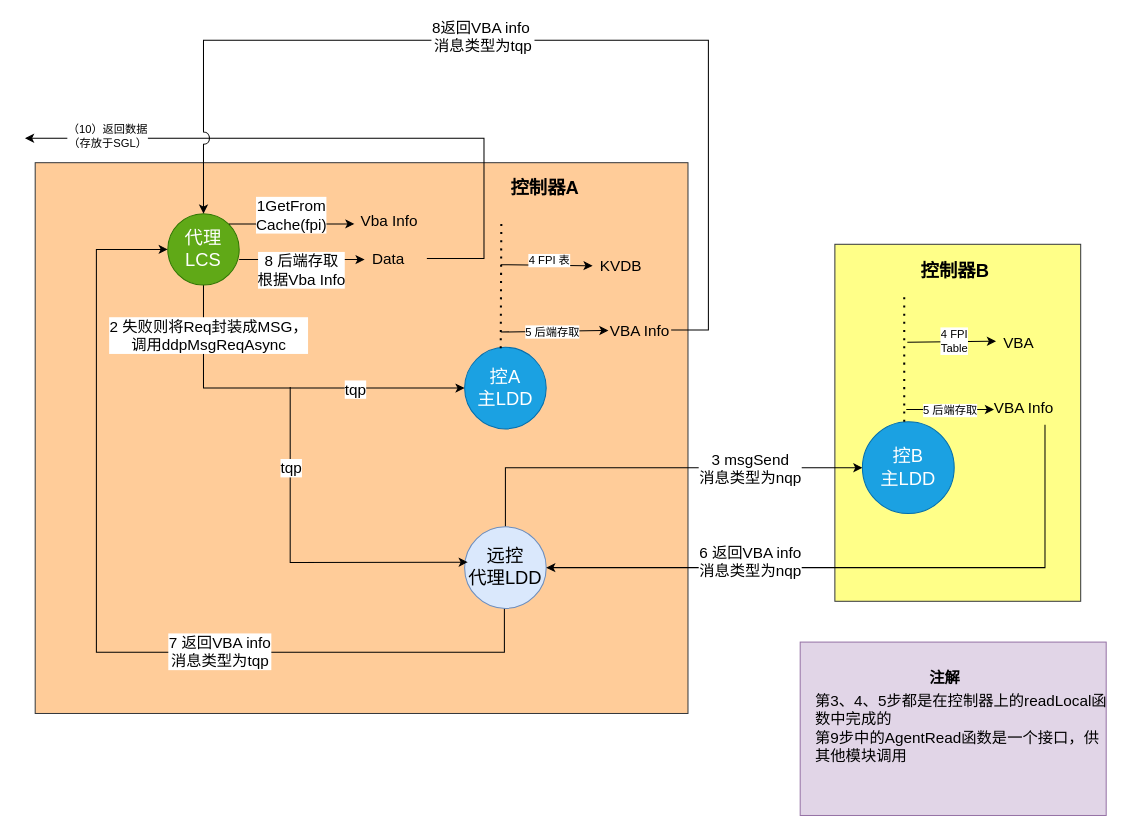
The draw.io diagram MSG转发.drawio in 1152545264/DrawioPaint, before the edit. Source tidied: cells renumbered, new cells numbered last; positions are measured from the earlier drawing's top-left corner, leaving out a move shared by most shapes. Both pictures are drawn from the tidied source at 102%, with x=0, y=0 at pixel (24, 40).
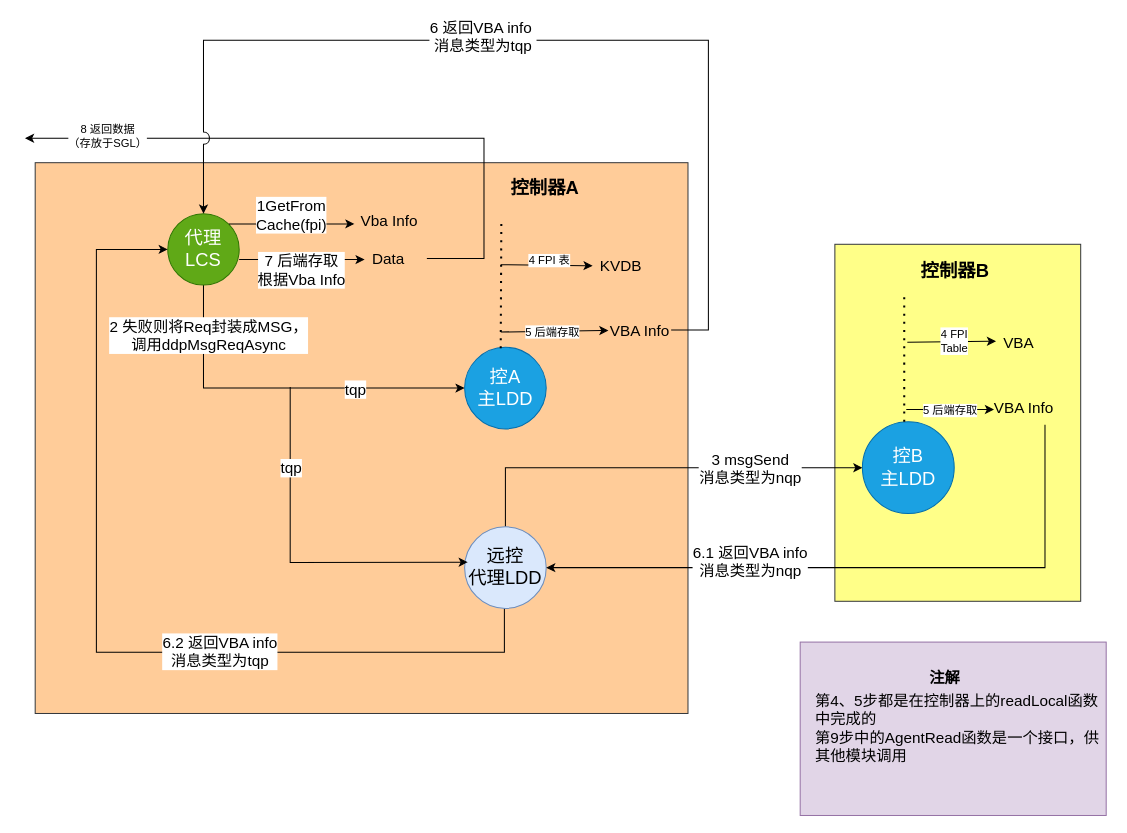
Above is the later version.

The change refers to these unchanged cells:
```xml
<mxCell id="10" style="edgeStyle=orthogonalEdgeStyle;rounded=0;jettySize=auto;html=1;entryX=0;entryY=0.5;entryDx=0;entryDy=0;exitX=0.5;exitY=1;exitDx=0;exitDy=0;" parent="1" edge="1" source="12" target="7">
  <mxGeometry relative="1" as="geometry">
    <Array as="points">
      <mxPoint x="470" y="600" />
      <mxPoint x="70" y="600" />
      <mxPoint x="70" y="205" />
    </Array>
  </mxGeometry>
</mxCell>
<mxCell id="17" style="edgeStyle=orthogonalEdgeStyle;rounded=0;jettySize=auto;html=1;entryX=1;entryY=0.5;entryDx=0;entryDy=0;" parent="1" edge="1" source="19" target="12">
  <mxGeometry relative="1" as="geometry">
    <Array as="points">
      <mxPoint x="1000" y="517" />
    </Array>
  </mxGeometry>
</mxCell>
<mxCell id="22" style="endArrow=classic;html=1;rounded=0;" parent="1" edge="1">
  <mxGeometry relative="1" as="geometry">
    <mxPoint x="210" y="215" as="sourcePoint" />
    <mxPoint x="333" y="215" as="targetPoint" />
  </mxGeometry>
</mxCell>
<mxCell id="26" style="endArrow=classic;html=1;rounded=0;exitX=1;exitY=0.5;exitDx=0;exitDy=0;" parent="1" edge="1" source="39">
  <mxGeometry relative="1" as="geometry">
    <mxPoint y="96" as="targetPoint" />
    <Array as="points">
      <mxPoint x="450" y="214" />
      <mxPoint x="450" y="96" />
      <mxPoint x="270" y="96" />
      <mxPoint x="80" y="96" />
    </Array>
  </mxGeometry>
</mxCell>
<mxCell id="28" style="group;" parent="1" vertex="1">
  <mxGeometry x="720" y="590" width="343" height="170" as="geometry" />
</mxCell>
<mxCell id="42" style="edgeStyle=orthogonalEdgeStyle;rounded=0;jettySize=auto;html=1;entryX=0.5;entryY=0;entryDx=0;entryDy=0;jumpStyle=arc;jumpSize=12;" parent="1" edge="1" source="44" target="7">
  <mxGeometry relative="1" as="geometry">
    <Array as="points">
      <mxPoint x="670" y="284" />
      <mxPoint x="670" />
      <mxPoint x="175" />
    </Array>
  </mxGeometry>
</mxCell>
```

Change to the diagram source:
```diff
@@
-    <mxCell id="11" value="&lt;font style=&quot;font-size: 15px;&quot;&gt;7 返回VBA info&lt;br&gt;消息类型为tqp&lt;/font&gt;" style="edgeLabel;html=1;align=center;verticalAlign=middle;" parent="10" vertex="1">
+    <mxCell id="11" value="&lt;font style=&quot;font-size: 15px;&quot;&gt;6.2 返回VBA info&lt;br&gt;消息类型为tqp&lt;/font&gt;" style="edgeLabel;html=1;align=center;verticalAlign=middle;" parent="10" vertex="1">
       <mxGeometry x="-0.29" y="-2" relative="1" as="geometry">
         <mxPoint x="-1" as="offset" />
       </mxGeometry>
     </mxCell>
@@
-    <mxCell id="18" value="&lt;font style=&quot;font-size: 15px;&quot;&gt;6 返回VBA info&lt;br&gt;消息类型为nqp&lt;br&gt;&lt;/font&gt;" style="edgeLabel;html=1;align=center;verticalAlign=middle;" parent="17" vertex="1">
+    <mxCell id="18" value="&lt;font style=&quot;font-size: 15px;&quot;&gt;6.1 返回VBA info&lt;br&gt;消息类型为nqp&lt;br&gt;&lt;/font&gt;" style="edgeLabel;html=1;align=center;verticalAlign=middle;" parent="17" vertex="1">
       <mxGeometry x="-0.22" relative="1" as="geometry">
         <mxPoint x="-185" y="-7" as="offset" />
       </mxGeometry>
     </mxCell>
@@
-    <mxCell id="23" value="&lt;font style=&quot;font-size: 15px;&quot;&gt;8 后端存取&lt;br&gt;根据Vba Info&lt;br&gt;&lt;/font&gt;" style="edgeLabel;html=1;align=center;verticalAlign=middle;" parent="22" vertex="1">
+    <mxCell id="23" value="&lt;font style=&quot;font-size: 15px;&quot;&gt;7 后端存取&lt;br&gt;根据Vba Info&lt;br&gt;&lt;/font&gt;" style="edgeLabel;html=1;align=center;verticalAlign=middle;" parent="22" vertex="1">
       <mxGeometry x="-0.22" y="1" relative="1" as="geometry">
         <mxPoint x="12" y="10" as="offset" />
       </mxGeometry>
     </mxCell>
@@
-    <mxCell id="27" value="（10）返回数据&lt;br&gt;（存放于SGL）" style="edgeLabel;html=1;align=center;verticalAlign=middle;" parent="26" vertex="1">
+    <mxCell id="27" value="8 返回数据&lt;br&gt;（存放于SGL）" style="edgeLabel;html=1;align=center;verticalAlign=middle;" parent="26" vertex="1">
       <mxGeometry x="0.29" y="-3" relative="1" as="geometry">
         <mxPoint x="-142" as="offset" />
       </mxGeometry>
     </mxCell>
@@
-    <mxCell id="30" value="&lt;font style=&quot;font-size: 15px;&quot;&gt;&lt;br&gt;第3、4、5步都是在控制器上的readLocal函数中完成的&lt;br&gt;第9步中的AgentRead函数是一个接口，供其他模块调用&lt;/font&gt;" style="text;strokeColor=none;align=left;fillColor=none;html=1;verticalAlign=middle;whiteSpace=wrap;rounded=0;" parent="28" vertex="1">
+    <mxCell id="30" value="&lt;font style=&quot;font-size: 15px;&quot;&gt;&lt;br&gt;第4、5步都是在控制器上的readLocal函数中完成的&lt;br&gt;第9步中的AgentRead函数是一个接口，供其他模块调用&lt;/font&gt;" style="text;strokeColor=none;align=left;fillColor=none;html=1;verticalAlign=middle;whiteSpace=wrap;rounded=0;" parent="28" vertex="1">
       <mxGeometry x="53" y="60" width="290" height="30" as="geometry" />
     </mxCell>
@@
-    <mxCell id="43" value="&lt;font style=&quot;font-size: 15px;&quot;&gt;8返回VBA info&amp;nbsp;&lt;br&gt;消息类型为tqp&lt;/font&gt;" style="edgeLabel;html=1;align=center;verticalAlign=middle;" parent="42" vertex="1">
+    <mxCell id="43" value="&lt;font style=&quot;font-size: 15px;&quot;&gt;6 返回VBA info&amp;nbsp;&lt;br&gt;消息类型为tqp&lt;/font&gt;" style="edgeLabel;html=1;align=center;verticalAlign=middle;" parent="42" vertex="1">
       <mxGeometry x="0.1" y="-5" relative="1" as="geometry" />
     </mxCell>
```
